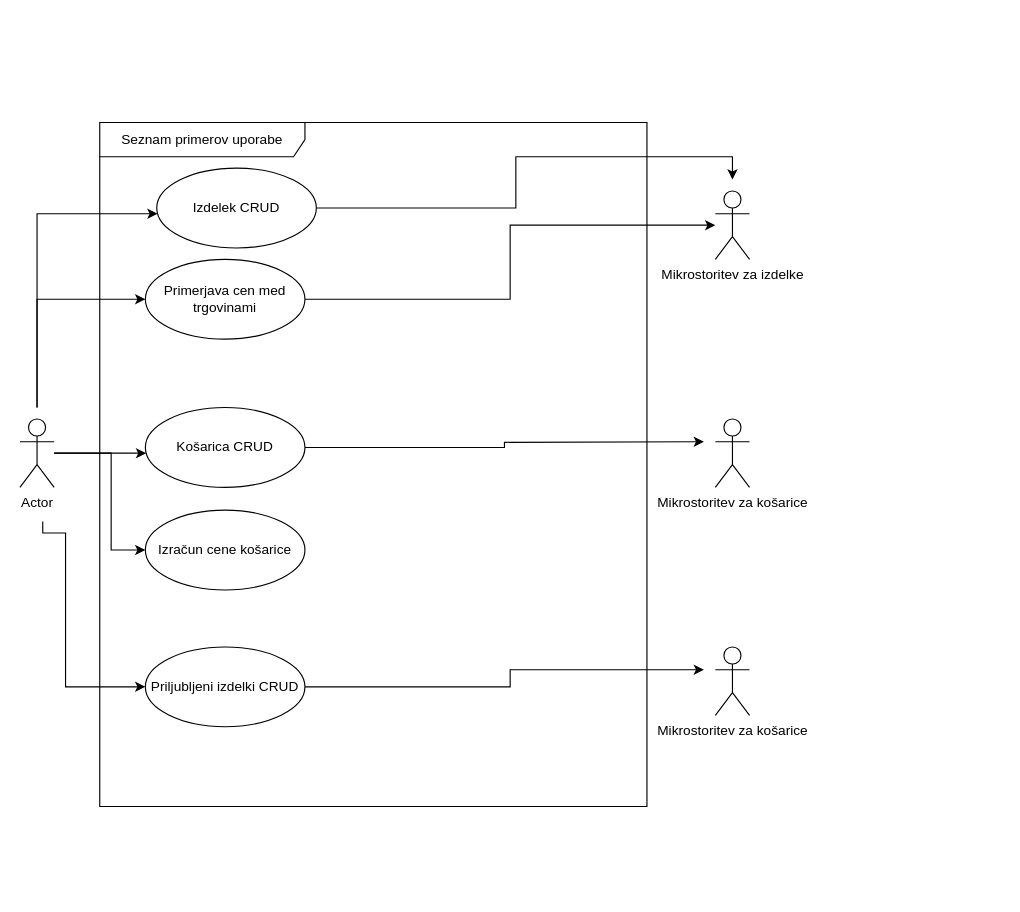
Earlier version of the draw.io diagram diagrami/Primeri uporabe - RSO.drawio (rso-2022-2023-skupina-9/pregled-projekta). Source tidied: cells renumbered, new cells numbered last; positions are measured from the earlier drawing's top-left corner, leaving out a move shared by most shapes. Both pictures are drawn from the tidied source at 114%, with x=0, y=0 at pixel (19, 122).
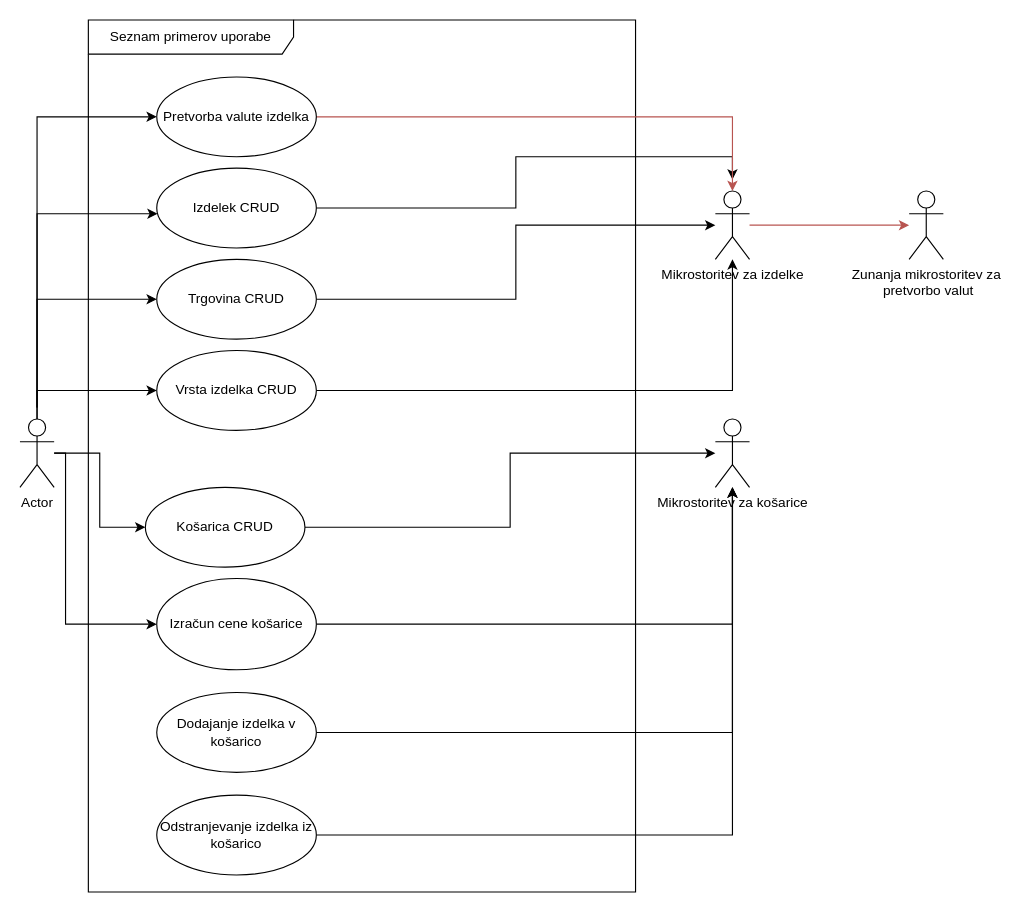
After the change.

The change refers to these unchanged cells:
```xml
<mxCell id="7" value="Actor" style="shape=umlActor;verticalLabelPosition=bottom;verticalAlign=top;html=1;" parent="1" vertex="1">
  <mxGeometry y="260" width="30" height="60" as="geometry" />
</mxCell>
<mxCell id="9" value="Mikrostoritev za izdelke" style="shape=umlActor;verticalLabelPosition=bottom;verticalAlign=top;html=1;" parent="1" vertex="1">
  <mxGeometry x="610" y="60" width="30" height="60" as="geometry" />
</mxCell>
<mxCell id="10" value="Mikrostoritev za košarice" style="shape=umlActor;verticalLabelPosition=bottom;verticalAlign=top;html=1;" parent="1" vertex="1">
  <mxGeometry x="610" y="260" width="30" height="60" as="geometry" />
</mxCell>
```

Change to the diagram source:
```diff
@@
-    <mxCell id="3" style="edgeStyle=orthogonalEdgeStyle;rounded=0;jettySize=auto;html=1;" parent="1" edge="1" target="17">
-      <mxGeometry relative="1" as="geometry">
-        <mxPoint x="20" y="350" as="sourcePoint" />
-        <Array as="points">
-          <mxPoint x="20" y="360" />
-          <mxPoint x="40" y="360" />
-          <mxPoint x="40" y="495" />
-        </Array>
-      </mxGeometry>
-    </mxCell>
@@
-    <mxCell id="5" style="edgeStyle=orthogonalEdgeStyle;rounded=0;jettySize=auto;html=1;entryX=0;entryY=0.5;entryDx=0;entryDy=0;" parent="1" edge="1" target="20">
-      <mxGeometry relative="1" as="geometry">
-        <mxPoint x="30" y="290" as="sourcePoint" />
-        <Array as="points">
-          <mxPoint x="80" y="290" />
-          <mxPoint x="80" y="375" />
-        </Array>
-      </mxGeometry>
-    </mxCell>
+    <mxCell id="21" style="edgeStyle=orthogonalEdgeStyle;rounded=0;jettySize=auto;html=1;" parent="1" edge="1" source="7" target="30">
+      <mxGeometry relative="1" as="geometry">
+        <Array as="points">
+          <mxPoint x="15" y="235" />
+        </Array>
+      </mxGeometry>
+    </mxCell>
     <mxCell id="6" style="edgeStyle=orthogonalEdgeStyle;rounded=0;jettySize=auto;html=1;" parent="1" edge="1" source="7" target="15">
-      <mxGeometry relative="1" as="geometry">
-        <Array as="points">
-          <mxPoint x="90" y="290" />
-          <mxPoint x="90" y="290" />
-        </Array>
-      </mxGeometry>
+      <mxGeometry relative="1" as="geometry" />
     </mxCell>
+    <mxCell id="22" style="edgeStyle=orthogonalEdgeStyle;rounded=0;jettySize=auto;html=1;" parent="1" edge="1" source="7" target="20">
+      <mxGeometry relative="1" as="geometry">
+        <Array as="points">
+          <mxPoint x="40" y="290" />
+          <mxPoint x="40" y="440" />
+        </Array>
+      </mxGeometry>
+    </mxCell>
+    <mxCell id="23" style="edgeStyle=orthogonalEdgeStyle;rounded=0;jettySize=auto;html=1;" parent="1" edge="1" source="7" target="34">
+      <mxGeometry relative="1" as="geometry">
+        <Array as="points">
+          <mxPoint x="15" y="-5" />
+        </Array>
+      </mxGeometry>
+    </mxCell>
@@
     <mxCell id="8" value="Seznam primerov uporabe" style="shape=umlFrame;whiteSpace=wrap;html=1;width=180;height=30;" parent="1" vertex="1">
-      <mxGeometry x="70" width="480" height="600" as="geometry" />
+      <mxGeometry x="60" y="-90" width="480" height="765" as="geometry" />
     </mxCell>
+    <mxCell id="24" style="edgeStyle=orthogonalEdgeStyle;rounded=0;jettySize=auto;html=1;fillColor=#f8cecc;strokeColor=#b85450;" parent="1" edge="1" source="9" target="35">
+      <mxGeometry relative="1" as="geometry" />
+    </mxCell>
@@
-    <mxCell id="11" value="Mikrostoritev za košarice" style="shape=umlActor;verticalLabelPosition=bottom;verticalAlign=top;html=1;" parent="1" vertex="1">
-      <mxGeometry x="610" y="460" width="30" height="60" as="geometry" />
-    </mxCell>
@@
-    <mxCell id="14" style="edgeStyle=orthogonalEdgeStyle;rounded=0;jettySize=auto;html=1;" parent="1" edge="1" source="15">
-      <mxGeometry relative="1" as="geometry">
-        <mxPoint x="600" y="280" as="targetPoint" />
-      </mxGeometry>
-    </mxCell>
+    <mxCell id="25" style="edgeStyle=orthogonalEdgeStyle;rounded=0;jettySize=auto;html=1;" parent="1" edge="1" source="15" target="10">
+      <mxGeometry relative="1" as="geometry" />
+    </mxCell>
     <mxCell id="15" value="Košarica CRUD" style="ellipse;whiteSpace=wrap;html=1;" parent="1" vertex="1">
-      <mxGeometry x="110" y="250" width="140" height="70" as="geometry" />
+      <mxGeometry x="110" y="320" width="140" height="70" as="geometry" />
     </mxCell>
-    <mxCell id="16" style="edgeStyle=orthogonalEdgeStyle;rounded=0;jettySize=auto;html=1;" parent="1" edge="1" source="17">
-      <mxGeometry relative="1" as="geometry">
-        <mxPoint x="600" y="480" as="targetPoint" />
-        <Array as="points">
-          <mxPoint x="430" y="495" />
-          <mxPoint x="430" y="480" />
-        </Array>
-      </mxGeometry>
-    </mxCell>
-    <mxCell id="17" value="Priljubljeni izdelki CRUD" style="ellipse;whiteSpace=wrap;html=1;" parent="1" vertex="1">
-      <mxGeometry x="110" y="460" width="140" height="70" as="geometry" />
-    </mxCell>
@@
-    <mxCell id="19" value="Primerjava cen med trgovinami" style="ellipse;whiteSpace=wrap;html=1;" parent="1" vertex="1">
-      <mxGeometry x="110" y="120" width="140" height="70" as="geometry" />
+    <mxCell id="19" value="Trgovina CRUD" style="ellipse;whiteSpace=wrap;html=1;" parent="1" vertex="1">
+      <mxGeometry x="120" y="120" width="140" height="70" as="geometry" />
     </mxCell>
+    <mxCell id="26" style="edgeStyle=orthogonalEdgeStyle;rounded=0;jettySize=auto;html=1;" parent="1" edge="1" source="20" target="10">
+      <mxGeometry relative="1" as="geometry" />
+    </mxCell>
     <mxCell id="20" value="Izračun cene košarice" style="ellipse;whiteSpace=wrap;html=1;" parent="1" vertex="1">
-      <mxGeometry x="110" y="340" width="140" height="70" as="geometry" />
+      <mxGeometry x="120" y="400" width="140" height="80" as="geometry" />
     </mxCell>
+    <mxCell id="27" style="edgeStyle=orthogonalEdgeStyle;rounded=0;jettySize=auto;html=1;" parent="1" edge="1" source="28" target="10">
+      <mxGeometry relative="1" as="geometry" />
+    </mxCell>
+    <mxCell id="28" value="Dodajanje izdelka v košarico" style="ellipse;whiteSpace=wrap;html=1;" parent="1" vertex="1">
+      <mxGeometry x="120" y="500" width="140" height="70" as="geometry" />
+    </mxCell>
+    <mxCell id="29" style="edgeStyle=orthogonalEdgeStyle;rounded=0;jettySize=auto;html=1;" parent="1" edge="1" source="30" target="9">
+      <mxGeometry relative="1" as="geometry" />
+    </mxCell>
+    <mxCell id="30" value="Vrsta izdelka CRUD" style="ellipse;whiteSpace=wrap;html=1;" parent="1" vertex="1">
+      <mxGeometry x="120" y="200" width="140" height="70" as="geometry" />
+    </mxCell>
+    <mxCell id="31" style="edgeStyle=orthogonalEdgeStyle;rounded=0;jettySize=auto;html=1;" parent="1" edge="1" source="32" target="10">
+      <mxGeometry relative="1" as="geometry" />
+    </mxCell>
+    <mxCell id="32" value="Odstranjevanje izdelka iz košarico" style="ellipse;whiteSpace=wrap;html=1;" parent="1" vertex="1">
+      <mxGeometry x="120" y="590" width="140" height="70" as="geometry" />
+    </mxCell>
+    <mxCell id="33" style="edgeStyle=orthogonalEdgeStyle;rounded=0;jettySize=auto;html=1;fillColor=#f8cecc;strokeColor=#b85450;" parent="1" edge="1" source="34" target="9">
+      <mxGeometry relative="1" as="geometry" />
+    </mxCell>
+    <mxCell id="34" value="Pretvorba valute izdelka" style="ellipse;whiteSpace=wrap;html=1;" parent="1" vertex="1">
+      <mxGeometry x="120" y="-40" width="140" height="70" as="geometry" />
+    </mxCell>
+    <mxCell id="35" value="Zunanja mikrostoritev za&lt;br&gt;&amp;nbsp;pretvorbo valut" style="shape=umlActor;verticalLabelPosition=bottom;verticalAlign=top;html=1;" parent="1" vertex="1">
+      <mxGeometry x="780" y="60" width="30" height="60" as="geometry" />
+    </mxCell>
```
